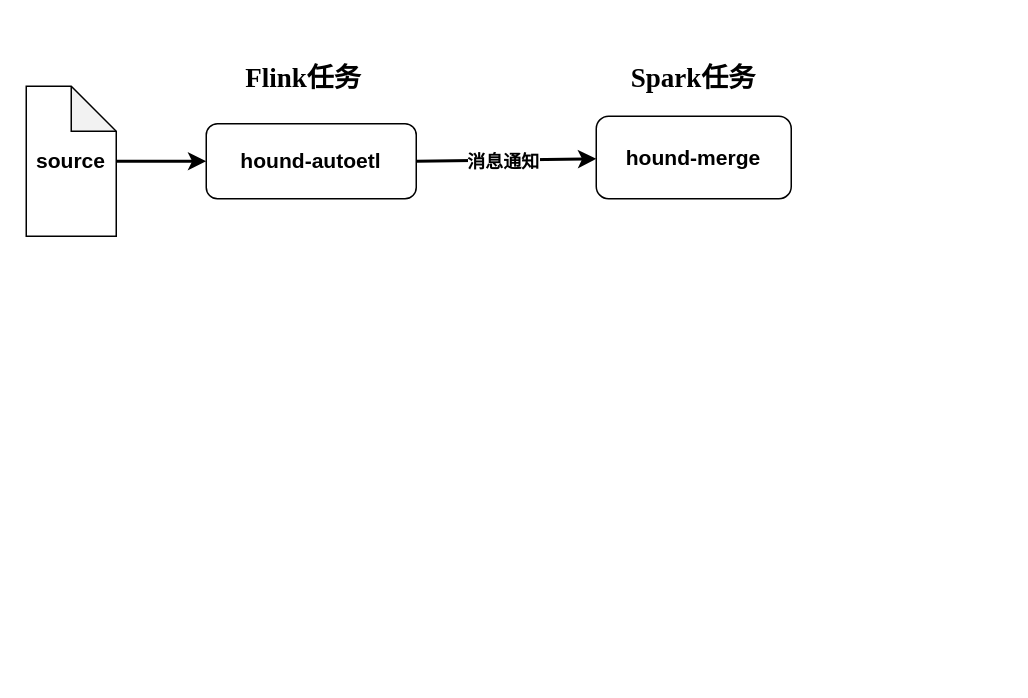
This is 算子设计.drawio from mineminemine123/work-wiki, a draw.io file, before an edit. Source tidied: cells renumbered, new cells numbered last; positions are measured from the earlier drawing's top-left corner, leaving out a move shared by most shapes. Both pictures are drawn from the tidied source at 150%, with x=0, y=0 at pixel (26, 56).
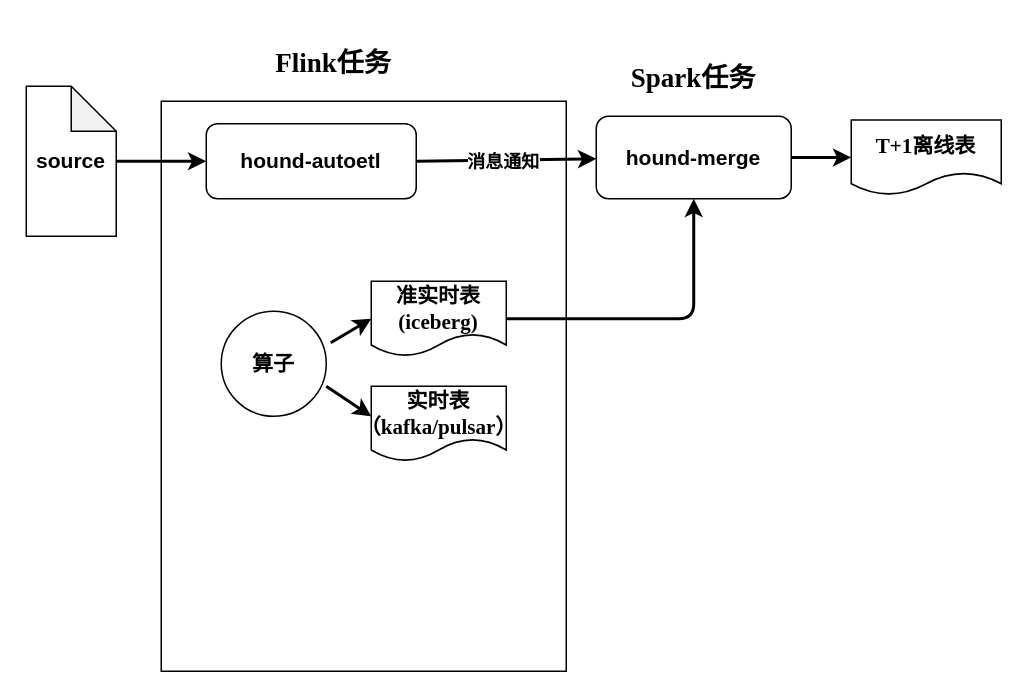
The same diagram, later.

Commit message (it also covers changes not shown here):
更新算子设计.drawio

The change refers to these unchanged cells:
```xml
<mxCell id="5" value="&lt;h3&gt;hound-merge&lt;/h3&gt;" style="rounded=1;whiteSpace=wrap;html=1;" parent="1" vertex="1">
  <mxGeometry x="380" y="40" width="130" height="55" as="geometry" />
</mxCell>
```

The edit, as a diff of the source:
```diff
@@
+    <mxCell id="10" style="rounded=0;whiteSpace=wrap;html=1;sketch=0;fontFamily=Times New Roman;fontSize=12;" parent="1" vertex="1">
+      <mxGeometry x="90" y="30" width="270" height="380" as="geometry" />
+    </mxCell>
@@
+    <mxCell id="11" style="edgeStyle=orthogonalEdgeStyle;rounded=1;jettySize=auto;html=1;exitX=1;exitY=0.5;exitDx=0;exitDy=0;entryX=0;entryY=0.5;entryDx=0;entryDy=0;fontFamily=Times New Roman;fontSize=12;strokeWidth=2;" parent="1" edge="1" source="5" target="14">
+      <mxGeometry relative="1" as="geometry" />
+    </mxCell>
@@
     <mxCell id="8" value="&lt;h2&gt;Flink任务&lt;/h2&gt;" style="text;html=1;strokeColor=none;fillColor=none;align=center;verticalAlign=middle;whiteSpace=wrap;rounded=0;sketch=0;fontFamily=Times New Roman;" parent="1" vertex="1">
-      <mxGeometry x="140" width="90" height="30" as="geometry" />
+      <mxGeometry x="160" y="-10" width="90" height="30" as="geometry" />
     </mxCell>
@@
+    <mxCell id="12" value="&lt;h3&gt;算子&lt;/h3&gt;" style="ellipse;whiteSpace=wrap;html=1;sketch=0;fontFamily=Times New Roman;fontSize=12;" parent="1" vertex="1">
+      <mxGeometry x="130" y="170" width="70" height="70" as="geometry" />
+    </mxCell>
+    <mxCell id="13" value="&lt;h3&gt;&lt;span&gt;实时表（kafka/pulsar）&lt;/span&gt;&lt;/h3&gt;" style="shape=document;whiteSpace=wrap;html=1;boundedLbl=1;sketch=0;fontFamily=Times New Roman;fontSize=12;" parent="1" vertex="1">
+      <mxGeometry x="230" y="220" width="90" height="50" as="geometry" />
+    </mxCell>
+    <mxCell id="14" value="&lt;h3&gt;T+1离线表&lt;/h3&gt;" style="shape=document;whiteSpace=wrap;html=1;boundedLbl=1;sketch=0;fontFamily=Times New Roman;fontSize=12;" parent="1" vertex="1">
+      <mxGeometry x="550" y="42.5" width="100" height="50" as="geometry" />
+    </mxCell>
+    <mxCell id="15" style="edgeStyle=orthogonalEdgeStyle;rounded=1;jettySize=auto;html=1;exitX=1;exitY=0.5;exitDx=0;exitDy=0;entryX=0.5;entryY=1;entryDx=0;entryDy=0;fontFamily=Times New Roman;fontSize=12;strokeWidth=2;" parent="1" edge="1" source="16" target="5">
+      <mxGeometry relative="1" as="geometry" />
+    </mxCell>
+    <mxCell id="16" value="&lt;h3&gt;&lt;span&gt;准实时表(iceberg)&lt;/span&gt;&lt;/h3&gt;" style="shape=document;whiteSpace=wrap;html=1;boundedLbl=1;sketch=0;fontFamily=Times New Roman;fontSize=12;" parent="1" vertex="1">
+      <mxGeometry x="230" y="150" width="90" height="50" as="geometry" />
+    </mxCell>
+    <mxCell id="17" style="endArrow=classic;html=1;rounded=1;fontFamily=Times New Roman;fontSize=12;strokeWidth=2;exitX=1.043;exitY=0.3;exitDx=0;exitDy=0;exitPerimeter=0;entryX=0;entryY=0.5;entryDx=0;entryDy=0;" parent="1" edge="1" source="12" target="16">
+      <mxGeometry relative="1" as="geometry" />
+    </mxCell>
+    <mxCell id="18" style="endArrow=classic;html=1;rounded=1;fontFamily=Times New Roman;fontSize=12;strokeWidth=2;exitX=1;exitY=0.714;exitDx=0;exitDy=0;exitPerimeter=0;" parent="1" edge="1" source="12">
+      <mxGeometry relative="1" as="geometry">
+        <mxPoint x="230" y="240" as="targetPoint" />
+      </mxGeometry>
+    </mxCell>
```
